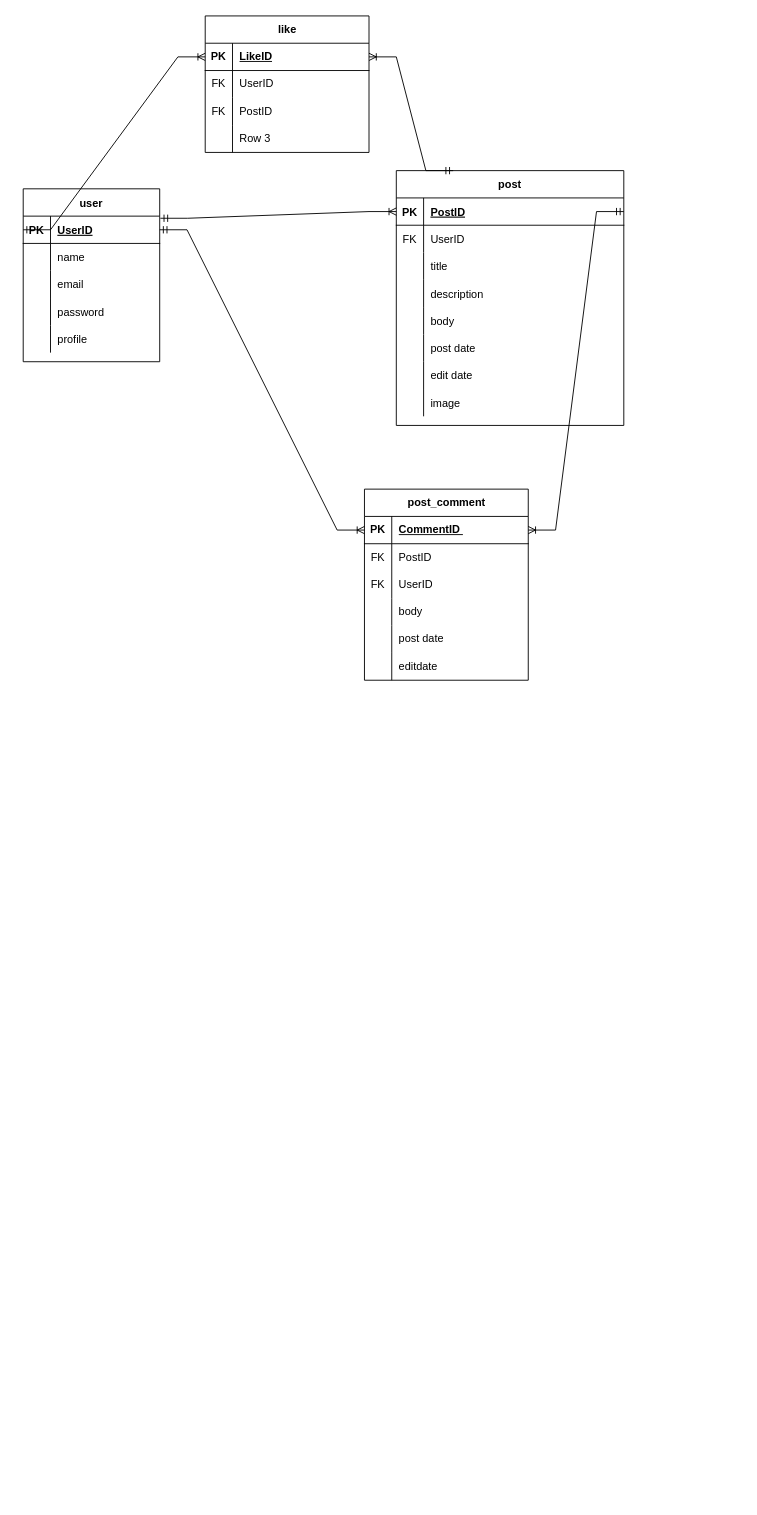
The draw.io diagram Module8/diagrams/Exercise 1.drawio in endofheat/9OctSECohort, before the edit. Source tidied: cells renumbered, new cells numbered last; positions are measured from the earlier drawing's top-left corner, leaving out a move shared by most shapes. Both pictures are drawn from the tidied source at 91%, with x=0, y=0 at pixel (23, 15).
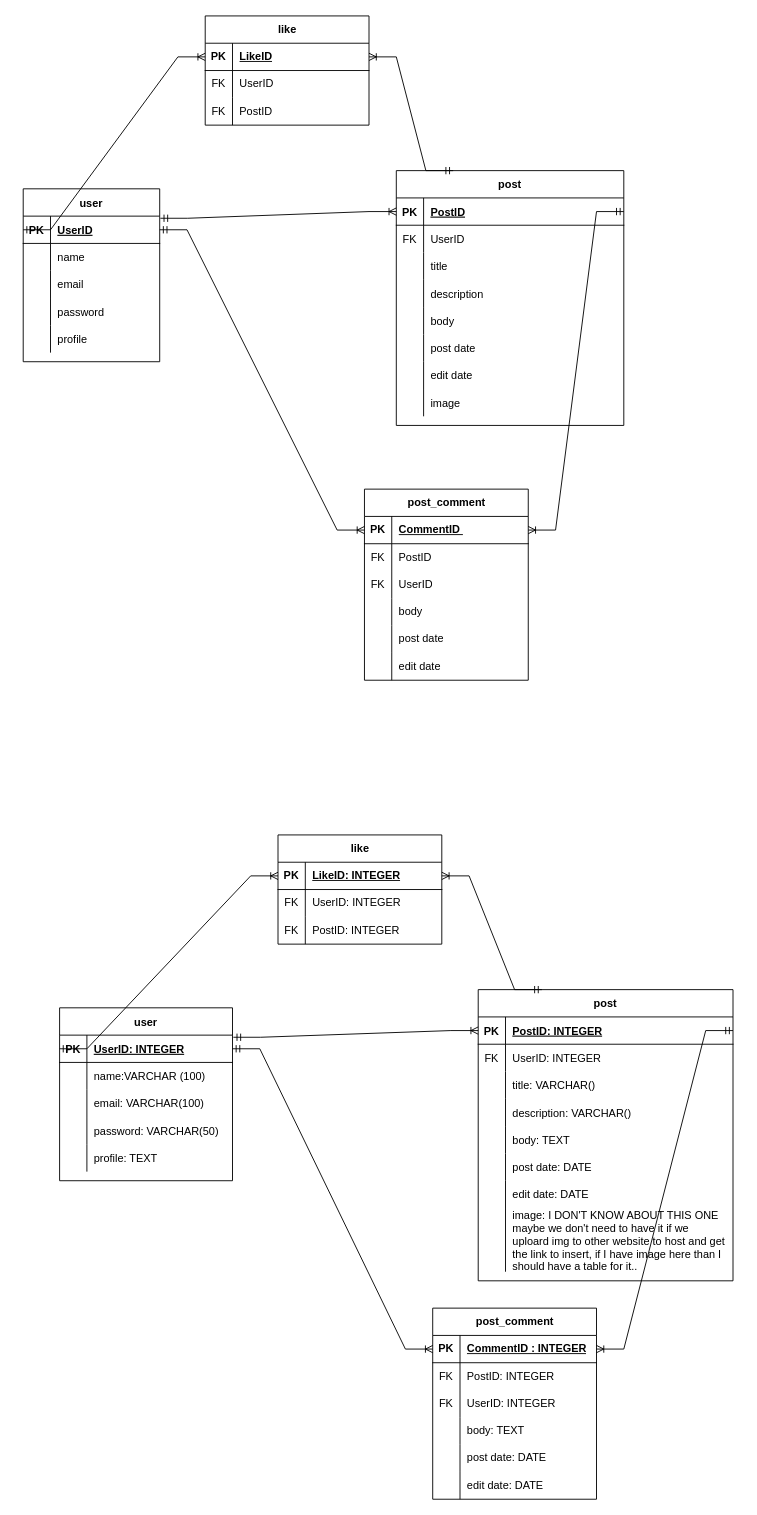
The same page after the edit.

Unchanged cells that the change refers to:
```xml
<mxCell id="59" style="shape=tableRow;horizontal=0;startSize=0;swimlaneHead=0;swimlaneBody=0;fillColor=none;top=0;left=0;right=0;bottom=0;" parent="43" vertex="1">
  <mxGeometry y="180" width="180" height="30" as="geometry" />
</mxCell>
```

Change to the diagram source:
```diff
@@
-    <mxCell id="61" value="editdate" style="shape=partialRectangle;fillColor=none;top=0;left=0;bottom=0;right=0;align=left;spacingLeft=6;overflow=hidden;whiteSpace=wrap;html=1;" parent="59" vertex="1">
+    <mxCell id="61" value="edit date" style="shape=partialRectangle;fillColor=none;top=0;left=0;bottom=0;right=0;align=left;spacingLeft=6;overflow=hidden;whiteSpace=wrap;html=1;" parent="59" vertex="1">
       <mxGeometry x="30" width="150" height="30" as="geometry" />
     </mxCell>
     <mxCell id="62" value="like" style="shape=table;startSize=30;childLayout=tableLayout;rowLines=0;fontStyle=1;align=center;html=1;" parent="1" vertex="1">
-      <mxGeometry x="200" width="180" height="150" as="geometry" />
+      <mxGeometry x="200" width="180" height="120" as="geometry" />
     </mxCell>
@@
-    <mxCell id="72" style="shape=tableRow;horizontal=0;startSize=0;swimlaneHead=0;swimlaneBody=0;fillColor=none;top=0;left=0;right=0;bottom=0;" parent="62" vertex="1">
-      <mxGeometry y="120" width="180" height="30" as="geometry" />
-    </mxCell>
-    <mxCell id="73" style="shape=partialRectangle;fillColor=none;top=0;left=0;bottom=0;right=0;overflow=hidden;whiteSpace=wrap;html=1;" parent="72" vertex="1">
-      <mxGeometry width="30" height="30" as="geometry" />
-    </mxCell>
-    <mxCell id="74" value="Row 3" style="shape=partialRectangle;fillColor=none;top=0;left=0;bottom=0;right=0;align=left;spacingLeft=6;overflow=hidden;whiteSpace=wrap;html=1;" parent="72" vertex="1">
-      <mxGeometry x="30" width="150" height="30" as="geometry" />
-    </mxCell>
@@
+    <mxCell id="80" value="post" style="shape=table;startSize=30;childLayout=tableLayout;rowLines=0;fontStyle=1;align=center;" parent="1" vertex="1">
+      <mxGeometry x="500" y="1070" width="280" height="320" as="geometry" />
+    </mxCell>
+    <mxCell id="81" style="shape=partialRectangle;fillColor=none;points=[[0,0.5],[1,0.5]];portConstraint=eastwest;top=0;left=0;right=0;bottom=1;" parent="80" vertex="1">
+      <mxGeometry y="30" width="280" height="30" as="geometry" />
+    </mxCell>
+    <mxCell id="82" value="PK" style="shape=partialRectangle;overflow=hidden;fillColor=none;top=0;left=0;bottom=0;right=0;fontStyle=1;" parent="81" vertex="1">
+      <mxGeometry width="30" height="30" as="geometry" />
+    </mxCell>
+    <mxCell id="83" value="PostID: INTEGER" style="shape=partialRectangle;overflow=hidden;fillColor=none;top=0;left=0;bottom=0;right=0;align=left;spacingLeft=6;fontStyle=5;" parent="81" vertex="1">
+      <mxGeometry x="30" width="250" height="30" as="geometry" />
+    </mxCell>
+    <mxCell id="84" style="shape=partialRectangle;fillColor=none;top=0;left=0;right=0;bottom=0;" parent="80" vertex="1">
+      <mxGeometry y="60" width="280" height="30" as="geometry" />
+    </mxCell>
+    <mxCell id="85" value="FK" style="shape=partialRectangle;overflow=hidden;fillColor=none;top=0;left=0;bottom=0;right=0;" parent="84" vertex="1">
+      <mxGeometry width="30" height="30" as="geometry" />
+    </mxCell>
+    <mxCell id="86" value="UserID: INTEGER" style="shape=partialRectangle;overflow=hidden;fillColor=none;top=0;left=0;bottom=0;right=0;align=left;spacingLeft=6;" parent="84" vertex="1">
+      <mxGeometry x="30" width="250" height="30" as="geometry" />
+    </mxCell>
+    <mxCell id="87" style="shape=partialRectangle;fillColor=none;top=0;left=0;right=0;bottom=0;" parent="80" vertex="1">
+      <mxGeometry y="90" width="280" height="30" as="geometry" />
+    </mxCell>
+    <mxCell id="88" style="shape=partialRectangle;overflow=hidden;fillColor=none;top=0;left=0;bottom=0;right=0;" parent="87" vertex="1">
+      <mxGeometry width="30" height="30" as="geometry" />
+    </mxCell>
+    <mxCell id="89" value="title: VARCHAR()" style="shape=partialRectangle;overflow=hidden;fillColor=none;top=0;left=0;bottom=0;right=0;align=left;spacingLeft=6;" parent="87" vertex="1">
+      <mxGeometry x="30" width="250" height="30" as="geometry" />
+    </mxCell>
+    <mxCell id="90" style="shape=partialRectangle;fillColor=none;top=0;left=0;right=0;bottom=0;" parent="80" vertex="1">
+      <mxGeometry y="120" width="280" height="30" as="geometry" />
+    </mxCell>
+    <mxCell id="91" style="shape=partialRectangle;overflow=hidden;fillColor=none;top=0;left=0;bottom=0;right=0;" parent="90" vertex="1">
+      <mxGeometry width="30" height="30" as="geometry" />
+    </mxCell>
+    <mxCell id="92" value="description: VARCHAR()" style="shape=partialRectangle;overflow=hidden;fillColor=none;top=0;left=0;bottom=0;right=0;align=left;spacingLeft=6;" parent="90" vertex="1">
+      <mxGeometry x="30" width="250" height="30" as="geometry" />
+    </mxCell>
+    <mxCell id="93" style="shape=partialRectangle;fillColor=none;top=0;left=0;right=0;bottom=0;" parent="80" vertex="1">
+      <mxGeometry y="150" width="280" height="30" as="geometry" />
+    </mxCell>
+    <mxCell id="94" style="shape=partialRectangle;overflow=hidden;fillColor=none;top=0;left=0;bottom=0;right=0;" parent="93" vertex="1">
+      <mxGeometry width="30" height="30" as="geometry" />
+    </mxCell>
+    <mxCell id="95" value="body: TEXT" style="shape=partialRectangle;overflow=hidden;fillColor=none;top=0;left=0;bottom=0;right=0;align=left;spacingLeft=6;" parent="93" vertex="1">
+      <mxGeometry x="30" width="250" height="30" as="geometry" />
+    </mxCell>
+    <mxCell id="96" style="shape=partialRectangle;fillColor=none;top=0;left=0;right=0;bottom=0;" parent="80" vertex="1">
+      <mxGeometry y="180" width="280" height="30" as="geometry" />
+    </mxCell>
+    <mxCell id="97" style="shape=partialRectangle;overflow=hidden;fillColor=none;top=0;left=0;bottom=0;right=0;" parent="96" vertex="1">
+      <mxGeometry width="30" height="30" as="geometry" />
+    </mxCell>
+    <mxCell id="98" value="post date: DATE" style="shape=partialRectangle;overflow=hidden;fillColor=none;top=0;left=0;bottom=0;right=0;align=left;spacingLeft=6;" parent="96" vertex="1">
+      <mxGeometry x="30" width="250" height="30" as="geometry" />
+    </mxCell>
+    <mxCell id="99" style="shape=partialRectangle;fillColor=none;top=0;left=0;right=0;bottom=0;" parent="80" vertex="1">
+      <mxGeometry y="210" width="280" height="30" as="geometry" />
+    </mxCell>
+    <mxCell id="100" style="shape=partialRectangle;overflow=hidden;fillColor=none;top=0;left=0;bottom=0;right=0;" parent="99" vertex="1">
+      <mxGeometry width="30" height="30" as="geometry" />
+    </mxCell>
+    <mxCell id="101" value="edit date: DATE" style="shape=partialRectangle;overflow=hidden;fillColor=none;top=0;left=0;bottom=0;right=0;align=left;spacingLeft=6;" parent="99" vertex="1">
+      <mxGeometry x="30" width="250" height="30" as="geometry" />
+    </mxCell>
+    <mxCell id="102" style="shape=partialRectangle;fillColor=none;top=0;left=0;right=0;bottom=0;" parent="80" vertex="1">
+      <mxGeometry y="240" width="280" height="70" as="geometry" />
+    </mxCell>
+    <mxCell id="103" style="shape=partialRectangle;overflow=hidden;fillColor=none;top=0;left=0;bottom=0;right=0;" parent="102" vertex="1">
+      <mxGeometry width="30" height="70" as="geometry" />
+    </mxCell>
+    <mxCell id="104" value="image: I DON'T KNOW ABOUT THIS ONE&#10;maybe we don't need to have it if we &#10;uploard img to other website to host and get&#10;the link to insert, if I have image here than I&#10;should have a table for it.." style="shape=partialRectangle;overflow=hidden;fillColor=none;top=0;left=0;bottom=0;right=0;align=left;spacingLeft=6;" parent="102" vertex="1">
+      <mxGeometry x="30" width="250" height="70" as="geometry" />
+    </mxCell>
+    <mxCell id="105" value="user" style="shape=table;startSize=30;childLayout=tableLayout;rowLines=0;fontStyle=1;align=center;" parent="1" vertex="1">
+      <mxGeometry x="40" y="1090" width="190" height="190" as="geometry" />
+    </mxCell>
+    <mxCell id="106" style="shape=partialRectangle;fillColor=none;points=[[0,0.5],[1,0.5]];portConstraint=eastwest;top=0;left=0;right=0;bottom=1;" parent="105" vertex="1">
+      <mxGeometry y="30" width="190" height="30" as="geometry" />
+    </mxCell>
+    <mxCell id="107" value="PK" style="shape=partialRectangle;overflow=hidden;fillColor=none;top=0;left=0;bottom=0;right=0;fontStyle=1;" parent="106" vertex="1">
+      <mxGeometry width="30" height="30" as="geometry" />
+    </mxCell>
+    <mxCell id="108" value="UserID: INTEGER" style="shape=partialRectangle;overflow=hidden;fillColor=none;top=0;left=0;bottom=0;right=0;align=left;spacingLeft=6;fontStyle=5;" parent="106" vertex="1">
+      <mxGeometry x="30" width="160" height="30" as="geometry" />
+    </mxCell>
+    <mxCell id="109" style="shape=partialRectangle;fillColor=none;top=0;left=0;right=0;bottom=0;" parent="105" vertex="1">
+      <mxGeometry y="60" width="190" height="30" as="geometry" />
+    </mxCell>
+    <mxCell id="110" style="shape=partialRectangle;overflow=hidden;fillColor=none;top=0;left=0;bottom=0;right=0;" parent="109" vertex="1">
+      <mxGeometry width="30" height="30" as="geometry" />
+    </mxCell>
+    <mxCell id="111" value="name:VARCHAR (100)" style="shape=partialRectangle;overflow=hidden;fillColor=none;top=0;left=0;bottom=0;right=0;align=left;spacingLeft=6;" parent="109" vertex="1">
+      <mxGeometry x="30" width="160" height="30" as="geometry" />
+    </mxCell>
+    <mxCell id="112" style="shape=partialRectangle;fillColor=none;top=0;left=0;right=0;bottom=0;" parent="105" vertex="1">
+      <mxGeometry y="90" width="190" height="30" as="geometry" />
+    </mxCell>
+    <mxCell id="113" style="shape=partialRectangle;overflow=hidden;fillColor=none;top=0;left=0;bottom=0;right=0;" parent="112" vertex="1">
+      <mxGeometry width="30" height="30" as="geometry" />
+    </mxCell>
+    <mxCell id="114" value="email: VARCHAR(100)" style="shape=partialRectangle;overflow=hidden;fillColor=none;top=0;left=0;bottom=0;right=0;align=left;spacingLeft=6;" parent="112" vertex="1">
+      <mxGeometry x="30" width="160" height="30" as="geometry" />
+    </mxCell>
+    <mxCell id="115" style="shape=partialRectangle;fillColor=none;top=0;left=0;right=0;bottom=0;" parent="105" vertex="1">
+      <mxGeometry y="120" width="190" height="30" as="geometry" />
+    </mxCell>
+    <mxCell id="116" style="shape=partialRectangle;overflow=hidden;fillColor=none;top=0;left=0;bottom=0;right=0;" parent="115" vertex="1">
+      <mxGeometry width="30" height="30" as="geometry" />
+    </mxCell>
+    <mxCell id="117" value="password: VARCHAR(50)" style="shape=partialRectangle;overflow=hidden;fillColor=none;top=0;left=0;bottom=0;right=0;align=left;spacingLeft=6;" parent="115" vertex="1">
+      <mxGeometry x="30" width="160" height="30" as="geometry" />
+    </mxCell>
+    <mxCell id="118" style="shape=partialRectangle;fillColor=none;top=0;left=0;right=0;bottom=0;" parent="105" vertex="1">
+      <mxGeometry y="150" width="190" height="30" as="geometry" />
+    </mxCell>
+    <mxCell id="119" style="shape=partialRectangle;overflow=hidden;fillColor=none;top=0;left=0;bottom=0;right=0;" parent="118" vertex="1">
+      <mxGeometry width="30" height="30" as="geometry" />
+    </mxCell>
+    <mxCell id="120" value="profile: TEXT" style="shape=partialRectangle;overflow=hidden;fillColor=none;top=0;left=0;bottom=0;right=0;align=left;spacingLeft=6;" parent="118" vertex="1">
+      <mxGeometry x="30" width="160" height="30" as="geometry" />
+    </mxCell>
+    <mxCell id="121" value="post_comment" style="shape=table;startSize=30;childLayout=tableLayout;rowLines=0;fontStyle=1;align=center;html=1;" parent="1" vertex="1">
+      <mxGeometry x="450" y="1420" width="180" height="210" as="geometry" />
+    </mxCell>
+    <mxCell id="122" style="shape=tableRow;horizontal=0;startSize=0;swimlaneHead=0;swimlaneBody=0;fillColor=none;points=[[0,0.5],[1,0.5]];portConstraint=eastwest;top=0;left=0;right=0;bottom=1;" parent="121" vertex="1">
+      <mxGeometry y="30" width="180" height="30" as="geometry" />
+    </mxCell>
+    <mxCell id="123" value="PK" style="shape=partialRectangle;fillColor=none;top=0;left=0;bottom=0;right=0;fontStyle=1;overflow=hidden;whiteSpace=wrap;html=1;" parent="122" vertex="1">
+      <mxGeometry width="30" height="30" as="geometry" />
+    </mxCell>
+    <mxCell id="124" value="CommentID&amp;nbsp;: INTEGER" style="shape=partialRectangle;fillColor=none;top=0;left=0;bottom=0;right=0;align=left;spacingLeft=6;fontStyle=5;overflow=hidden;whiteSpace=wrap;html=1;" parent="122" vertex="1">
+      <mxGeometry x="30" width="150" height="30" as="geometry" />
+    </mxCell>
+    <mxCell id="125" style="shape=tableRow;horizontal=0;startSize=0;swimlaneHead=0;swimlaneBody=0;fillColor=none;top=0;left=0;right=0;bottom=0;" parent="121" vertex="1">
+      <mxGeometry y="60" width="180" height="30" as="geometry" />
+    </mxCell>
+    <mxCell id="126" value="FK" style="shape=partialRectangle;fillColor=none;top=0;left=0;bottom=0;right=0;overflow=hidden;whiteSpace=wrap;html=1;" parent="125" vertex="1">
+      <mxGeometry width="30" height="30" as="geometry" />
+    </mxCell>
+    <mxCell id="127" value="PostID: INTEGER" style="shape=partialRectangle;fillColor=none;top=0;left=0;bottom=0;right=0;align=left;spacingLeft=6;overflow=hidden;whiteSpace=wrap;html=1;" parent="125" vertex="1">
+      <mxGeometry x="30" width="150" height="30" as="geometry" />
+    </mxCell>
+    <mxCell id="128" style="shape=tableRow;horizontal=0;startSize=0;swimlaneHead=0;swimlaneBody=0;fillColor=none;top=0;left=0;right=0;bottom=0;" parent="121" vertex="1">
+      <mxGeometry y="90" width="180" height="30" as="geometry" />
+    </mxCell>
+    <mxCell id="129" value="FK" style="shape=partialRectangle;fillColor=none;top=0;left=0;bottom=0;right=0;overflow=hidden;whiteSpace=wrap;html=1;" parent="128" vertex="1">
+      <mxGeometry width="30" height="30" as="geometry" />
+    </mxCell>
+    <mxCell id="130" value="UserID: INTEGER" style="shape=partialRectangle;fillColor=none;top=0;left=0;bottom=0;right=0;align=left;spacingLeft=6;overflow=hidden;whiteSpace=wrap;html=1;" parent="128" vertex="1">
+      <mxGeometry x="30" width="150" height="30" as="geometry" />
+    </mxCell>
+    <mxCell id="72" style="shape=tableRow;horizontal=0;startSize=0;swimlaneHead=0;swimlaneBody=0;fillColor=none;top=0;left=0;right=0;bottom=0;" parent="121" vertex="1">
+      <mxGeometry y="120" width="180" height="30" as="geometry" />
+    </mxCell>
+    <mxCell id="131" style="shape=partialRectangle;fillColor=none;top=0;left=0;bottom=0;right=0;overflow=hidden;whiteSpace=wrap;html=1;" parent="72" vertex="1">
+      <mxGeometry width="30" height="30" as="geometry" />
+    </mxCell>
+    <mxCell id="132" value="body: TEXT" style="shape=partialRectangle;fillColor=none;top=0;left=0;bottom=0;right=0;align=left;spacingLeft=6;overflow=hidden;whiteSpace=wrap;html=1;" parent="72" vertex="1">
+      <mxGeometry x="30" width="150" height="30" as="geometry" />
+    </mxCell>
+    <mxCell id="133" style="shape=tableRow;horizontal=0;startSize=0;swimlaneHead=0;swimlaneBody=0;fillColor=none;top=0;left=0;right=0;bottom=0;" parent="121" vertex="1">
+      <mxGeometry y="150" width="180" height="30" as="geometry" />
+    </mxCell>
+    <mxCell id="134" style="shape=partialRectangle;fillColor=none;top=0;left=0;bottom=0;right=0;overflow=hidden;whiteSpace=wrap;html=1;" parent="133" vertex="1">
+      <mxGeometry width="30" height="30" as="geometry" />
+    </mxCell>
+    <mxCell id="135" value="post date: DATE" style="shape=partialRectangle;fillColor=none;top=0;left=0;bottom=0;right=0;align=left;spacingLeft=6;overflow=hidden;whiteSpace=wrap;html=1;" parent="133" vertex="1">
+      <mxGeometry x="30" width="150" height="30" as="geometry" />
+    </mxCell>
+    <mxCell id="136" style="shape=tableRow;horizontal=0;startSize=0;swimlaneHead=0;swimlaneBody=0;fillColor=none;top=0;left=0;right=0;bottom=0;" parent="121" vertex="1">
+      <mxGeometry y="180" width="180" height="30" as="geometry" />
+    </mxCell>
+    <mxCell id="137" style="shape=partialRectangle;fillColor=none;top=0;left=0;bottom=0;right=0;overflow=hidden;whiteSpace=wrap;html=1;" parent="136" vertex="1">
+      <mxGeometry width="30" height="30" as="geometry" />
+    </mxCell>
+    <mxCell id="138" value="edit date: DATE" style="shape=partialRectangle;fillColor=none;top=0;left=0;bottom=0;right=0;align=left;spacingLeft=6;overflow=hidden;whiteSpace=wrap;html=1;" parent="136" vertex="1">
+      <mxGeometry x="30" width="150" height="30" as="geometry" />
+    </mxCell>
+    <mxCell id="139" value="like" style="shape=table;startSize=30;childLayout=tableLayout;rowLines=0;fontStyle=1;align=center;html=1;" parent="1" vertex="1">
+      <mxGeometry x="280" y="900" width="180" height="120" as="geometry" />
+    </mxCell>
+    <mxCell id="140" style="shape=tableRow;horizontal=0;startSize=0;swimlaneHead=0;swimlaneBody=0;fillColor=none;points=[[0,0.5],[1,0.5]];portConstraint=eastwest;top=0;left=0;right=0;bottom=1;" parent="139" vertex="1">
+      <mxGeometry y="30" width="180" height="30" as="geometry" />
+    </mxCell>
+    <mxCell id="141" value="PK" style="shape=partialRectangle;fillColor=none;top=0;left=0;bottom=0;right=0;fontStyle=1;overflow=hidden;whiteSpace=wrap;html=1;" parent="140" vertex="1">
+      <mxGeometry width="30" height="30" as="geometry" />
+    </mxCell>
+    <mxCell id="142" value="LikeID: INTEGER" style="shape=partialRectangle;fillColor=none;top=0;left=0;bottom=0;right=0;align=left;spacingLeft=6;fontStyle=5;overflow=hidden;whiteSpace=wrap;html=1;" parent="140" vertex="1">
+      <mxGeometry x="30" width="150" height="30" as="geometry" />
+    </mxCell>
+    <mxCell id="143" style="shape=tableRow;horizontal=0;startSize=0;swimlaneHead=0;swimlaneBody=0;fillColor=none;top=0;left=0;right=0;bottom=0;" parent="139" vertex="1">
+      <mxGeometry y="60" width="180" height="30" as="geometry" />
+    </mxCell>
+    <mxCell id="144" value="FK" style="shape=partialRectangle;fillColor=none;top=0;left=0;bottom=0;right=0;overflow=hidden;whiteSpace=wrap;html=1;" parent="143" vertex="1">
+      <mxGeometry width="30" height="30" as="geometry" />
+    </mxCell>
+    <mxCell id="145" value="UserID: INTEGER" style="shape=partialRectangle;fillColor=none;top=0;left=0;bottom=0;right=0;align=left;spacingLeft=6;overflow=hidden;whiteSpace=wrap;html=1;" parent="143" vertex="1">
+      <mxGeometry x="30" width="150" height="30" as="geometry" />
+    </mxCell>
+    <mxCell id="146" style="shape=tableRow;horizontal=0;startSize=0;swimlaneHead=0;swimlaneBody=0;fillColor=none;top=0;left=0;right=0;bottom=0;" parent="139" vertex="1">
+      <mxGeometry y="90" width="180" height="30" as="geometry" />
+    </mxCell>
+    <mxCell id="147" value="FK" style="shape=partialRectangle;fillColor=none;top=0;left=0;bottom=0;right=0;overflow=hidden;whiteSpace=wrap;html=1;" parent="146" vertex="1">
+      <mxGeometry width="30" height="30" as="geometry" />
+    </mxCell>
+    <mxCell id="148" value="PostID: INTEGER" style="shape=partialRectangle;fillColor=none;top=0;left=0;bottom=0;right=0;align=left;spacingLeft=6;overflow=hidden;whiteSpace=wrap;html=1;" parent="146" vertex="1">
+      <mxGeometry x="30" width="150" height="30" as="geometry" />
+    </mxCell>
+    <mxCell id="149" style="edgeStyle=entityRelationEdgeStyle;fontSize=12;html=1;endArrow=ERoneToMany;startArrow=ERmandOne;rounded=0;entryX=0;entryY=0.5;entryDx=0;entryDy=0;exitX=1.005;exitY=0.078;exitDx=0;exitDy=0;exitPerimeter=0;" parent="1" edge="1" source="106" target="81">
+      <mxGeometry relative="1" as="geometry" />
+    </mxCell>
+    <mxCell id="150" style="edgeStyle=entityRelationEdgeStyle;fontSize=12;html=1;endArrow=ERoneToMany;startArrow=ERmandOne;rounded=0;entryX=1;entryY=0.5;entryDx=0;entryDy=0;exitX=1;exitY=0.5;exitDx=0;exitDy=0;" parent="1" edge="1" source="81" target="122">
+      <mxGeometry relative="1" as="geometry" />
+    </mxCell>
+    <mxCell id="151" style="edgeStyle=entityRelationEdgeStyle;fontSize=12;html=1;endArrow=ERoneToMany;startArrow=ERmandOne;rounded=0;exitX=0;exitY=0.5;exitDx=0;exitDy=0;entryX=0;entryY=0.5;entryDx=0;entryDy=0;" parent="1" edge="1" source="106" target="140">
+      <mxGeometry relative="1" as="geometry">
+        <Array as="points">
+          <mxPoint x="250" y="1070" />
+        </Array>
+      </mxGeometry>
+    </mxCell>
+    <mxCell id="152" style="edgeStyle=entityRelationEdgeStyle;fontSize=12;html=1;endArrow=ERoneToMany;startArrow=ERmandOne;rounded=0;exitX=0.25;exitY=0;exitDx=0;exitDy=0;entryX=1;entryY=0.5;entryDx=0;entryDy=0;" parent="1" edge="1" source="80" target="140">
+      <mxGeometry relative="1" as="geometry" />
+    </mxCell>
+    <mxCell id="153" style="edgeStyle=entityRelationEdgeStyle;fontSize=12;html=1;endArrow=ERoneToMany;startArrow=ERmandOne;rounded=0;entryX=0;entryY=0.5;entryDx=0;entryDy=0;" parent="1" edge="1" source="106" target="122">
+      <mxGeometry relative="1" as="geometry">
+        <Array as="points">
+          <mxPoint x="590" y="1150" />
+        </Array>
+      </mxGeometry>
+    </mxCell>
```
